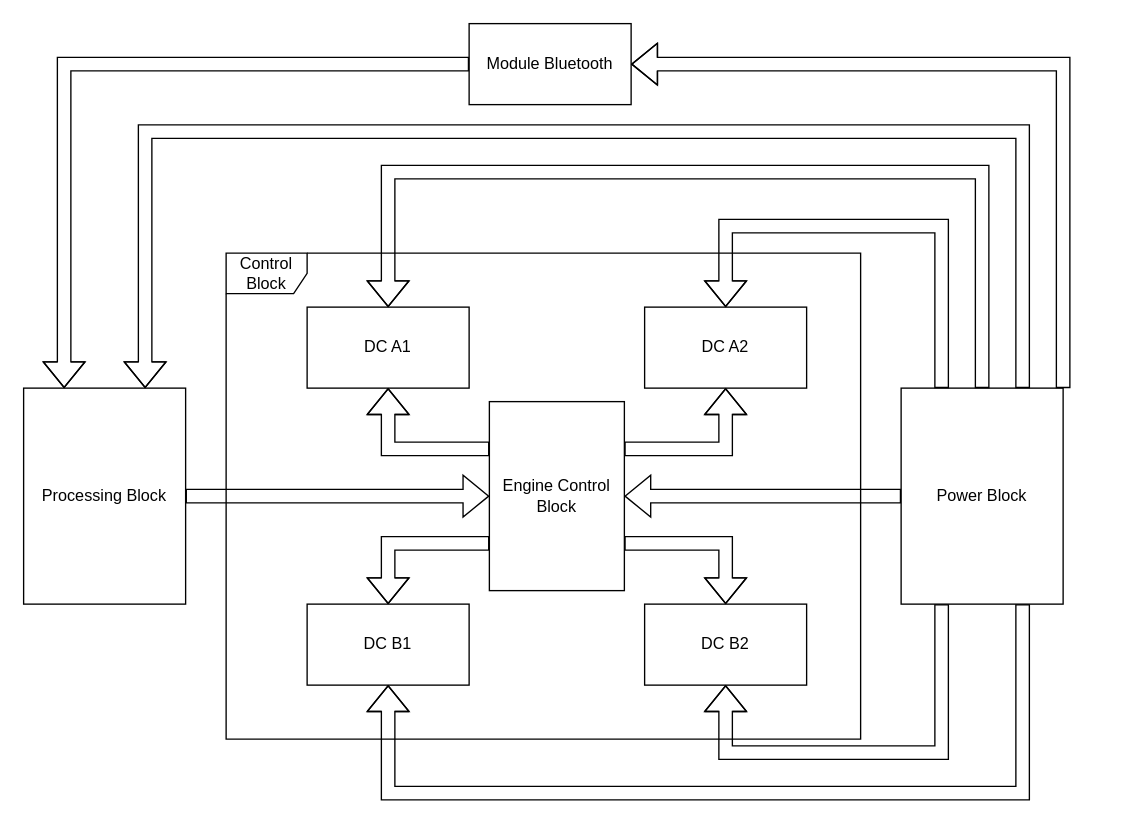
Above: Block Diagram.drawio in lil-dua/arduino_bluetooth_car (draw.io), before the change. Source tidied: cells renumbered, new cells numbered last; positions are measured from the earlier drawing's top-left corner, leaving out a move shared by most shapes. Both pictures are drawn from the tidied source at 135%, with x=0, y=0 at pixel (23, 23).
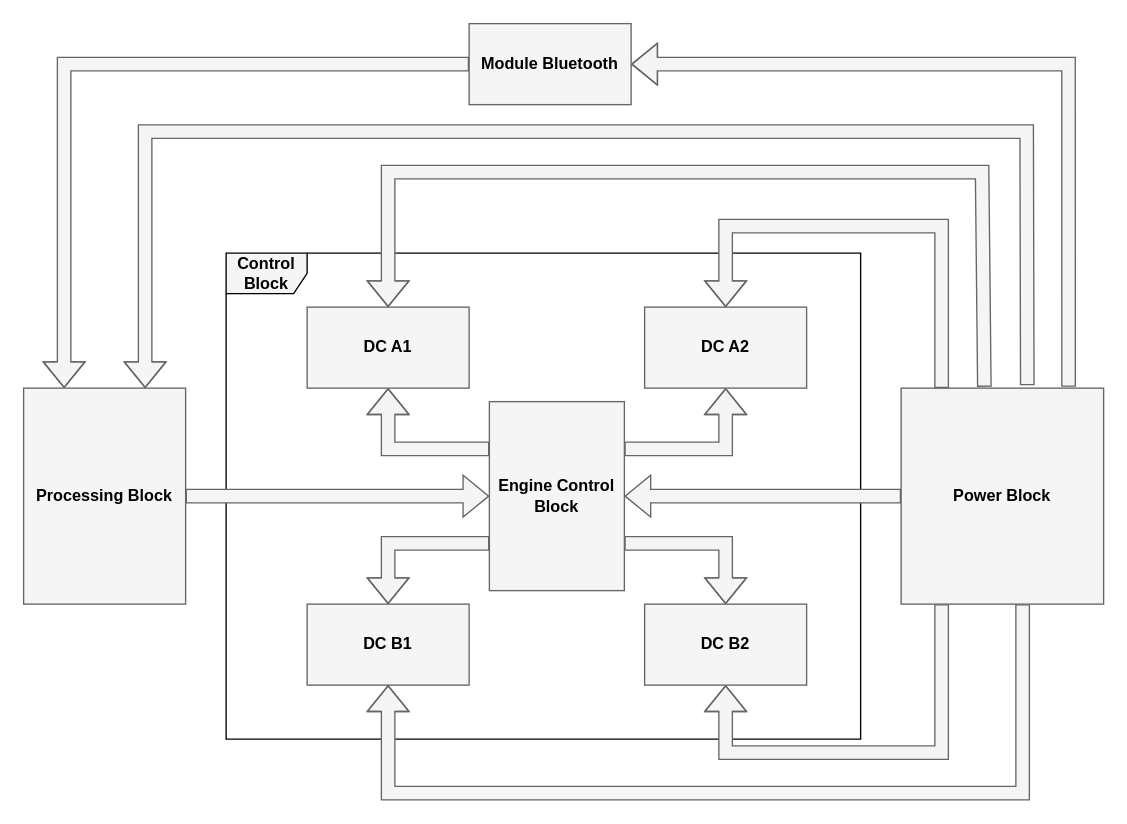
The same page after the edit.

Change to the diagram source:
```diff
@@
-    <mxCell id="2" value="Processing Block" style="rounded=0;whiteSpace=wrap;html=1;" parent="1" vertex="1">
+    <mxCell id="2" value="&lt;font color=&quot;#000000&quot;&gt;&lt;b&gt;Processing Block&lt;/b&gt;&lt;/font&gt;" style="rounded=0;whiteSpace=wrap;html=1;fillColor=#f5f5f5;strokeColor=#666666;fontColor=#333333;" parent="1" vertex="1">
       <mxGeometry y="270" width="120" height="160" as="geometry" />
     </mxCell>
-    <mxCell id="3" value="Control Block" style="shape=umlFrame;whiteSpace=wrap;html=1;" parent="1" vertex="1">
+    <mxCell id="3" value="&lt;b&gt;&lt;font color=&quot;#000000&quot;&gt;Control Block&lt;/font&gt;&lt;/b&gt;" style="shape=umlFrame;whiteSpace=wrap;html=1;fillColor=#f5f5f5;fontColor=#333333;strokeColor=#000000;" parent="1" vertex="1">
       <mxGeometry x="150" y="170" width="470" height="360" as="geometry" />
     </mxCell>
-    <mxCell id="4" value="Engine Control Block" style="rounded=0;whiteSpace=wrap;html=1;" parent="1" vertex="1">
+    <mxCell id="4" value="&lt;font color=&quot;#000000&quot;&gt;&lt;b&gt;Engine Control Block&lt;/b&gt;&lt;/font&gt;" style="rounded=0;whiteSpace=wrap;html=1;fillColor=#f5f5f5;fontColor=#333333;strokeColor=#666666;" parent="1" vertex="1">
       <mxGeometry x="345" y="280" width="100" height="140" as="geometry" />
     </mxCell>
-    <mxCell id="5" value="DC A1" style="rounded=0;whiteSpace=wrap;html=1;" parent="1" vertex="1">
+    <mxCell id="5" value="&lt;font style=&quot;&quot; color=&quot;#000000&quot;&gt;&lt;b&gt;DC A1&lt;/b&gt;&lt;/font&gt;" style="rounded=0;whiteSpace=wrap;html=1;fillColor=#f5f5f5;fontColor=#333333;strokeColor=#666666;" parent="1" vertex="1">
       <mxGeometry x="210" y="210" width="120" height="60" as="geometry" />
     </mxCell>
-    <mxCell id="6" value="DC B1" style="rounded=0;whiteSpace=wrap;html=1;" parent="1" vertex="1">
+    <mxCell id="6" value="&lt;b&gt;&lt;font color=&quot;#000000&quot;&gt;DC B1&lt;/font&gt;&lt;/b&gt;" style="rounded=0;whiteSpace=wrap;html=1;fillColor=#f5f5f5;fontColor=#333333;strokeColor=#666666;" parent="1" vertex="1">
       <mxGeometry x="210" y="430" width="120" height="60" as="geometry" />
     </mxCell>
-    <mxCell id="7" value="DC B2" style="rounded=0;whiteSpace=wrap;html=1;" parent="1" vertex="1">
+    <mxCell id="7" value="&lt;b&gt;&lt;font color=&quot;#000000&quot;&gt;DC B2&lt;/font&gt;&lt;/b&gt;" style="rounded=0;whiteSpace=wrap;html=1;fillColor=#f5f5f5;fontColor=#333333;strokeColor=#666666;" parent="1" vertex="1">
       <mxGeometry x="460" y="430" width="120" height="60" as="geometry" />
     </mxCell>
-    <mxCell id="8" value="DC A2" style="rounded=0;whiteSpace=wrap;html=1;" parent="1" vertex="1">
+    <mxCell id="8" value="&lt;font color=&quot;#000000&quot;&gt;&lt;b&gt;DC A2&lt;/b&gt;&lt;/font&gt;" style="rounded=0;whiteSpace=wrap;html=1;fillColor=#f5f5f5;fontColor=#333333;strokeColor=#666666;" parent="1" vertex="1">
       <mxGeometry x="460" y="210" width="120" height="60" as="geometry" />
     </mxCell>
-    <mxCell id="9" value="Module Bluetooth" style="rounded=0;whiteSpace=wrap;html=1;" parent="1" vertex="1">
+    <mxCell id="9" value="&lt;font color=&quot;#000000&quot;&gt;&lt;b&gt;Module Bluetooth&lt;/b&gt;&lt;/font&gt;" style="rounded=0;whiteSpace=wrap;html=1;fillColor=#f5f5f5;fontColor=#333333;strokeColor=#666666;" parent="1" vertex="1">
       <mxGeometry x="330" width="120" height="60" as="geometry" />
     </mxCell>
-    <mxCell id="10" value="Power Block" style="rounded=0;whiteSpace=wrap;html=1;" parent="1" vertex="1">
-      <mxGeometry x="650" y="270" width="120" height="160" as="geometry" />
+    <mxCell id="10" value="&lt;font color=&quot;#000000&quot;&gt;&lt;b&gt;Power Block&lt;/b&gt;&lt;/font&gt;" style="rounded=0;whiteSpace=wrap;html=1;fillColor=#f5f5f5;fontColor=#333333;strokeColor=#666666;" parent="1" vertex="1">
+      <mxGeometry x="650" y="270" width="150" height="160" as="geometry" />
     </mxCell>
-    <mxCell id="11" style="shape=flexArrow;endArrow=classic;html=1;rounded=0;exitX=0;exitY=0.25;exitDx=0;exitDy=0;entryX=0.5;entryY=1;entryDx=0;entryDy=0;" parent="1" edge="1" source="4" target="5">
+    <mxCell id="11" style="shape=flexArrow;endArrow=classic;html=1;rounded=0;exitX=0;exitY=0.25;exitDx=0;exitDy=0;entryX=0.5;entryY=1;entryDx=0;entryDy=0;fillColor=#f5f5f5;strokeColor=#666666;" parent="1" edge="1" source="4" target="5">
       <mxGeometry relative="1" as="geometry">
         <Array as="points">
           <mxPoint x="270" y="315" />
         </Array>
       </mxGeometry>
     </mxCell>
-    <mxCell id="12" style="shape=flexArrow;endArrow=classic;html=1;rounded=0;exitX=0;exitY=0.75;exitDx=0;exitDy=0;entryX=0.5;entryY=0;entryDx=0;entryDy=0;" parent="1" edge="1" source="4" target="6">
+    <mxCell id="12" style="shape=flexArrow;endArrow=classic;html=1;rounded=0;exitX=0;exitY=0.75;exitDx=0;exitDy=0;entryX=0.5;entryY=0;entryDx=0;entryDy=0;fillColor=#f5f5f5;strokeColor=#666666;" parent="1" edge="1" source="4" target="6">
       <mxGeometry relative="1" as="geometry">
         <Array as="points">
           <mxPoint x="270" y="385" />
         </Array>
       </mxGeometry>
     </mxCell>
-    <mxCell id="13" style="shape=flexArrow;endArrow=classic;html=1;rounded=0;exitX=1;exitY=0.25;exitDx=0;exitDy=0;entryX=0.5;entryY=1;entryDx=0;entryDy=0;" parent="1" edge="1" source="4" target="8">
+    <mxCell id="13" style="shape=flexArrow;endArrow=classic;html=1;rounded=0;exitX=1;exitY=0.25;exitDx=0;exitDy=0;entryX=0.5;entryY=1;entryDx=0;entryDy=0;fillColor=#f5f5f5;strokeColor=#666666;" parent="1" edge="1" source="4" target="8">
       <mxGeometry relative="1" as="geometry">
         <Array as="points">
           <mxPoint x="520" y="315" />
         </Array>
       </mxGeometry>
     </mxCell>
-    <mxCell id="14" style="shape=flexArrow;endArrow=classic;html=1;rounded=0;exitX=1;exitY=0.75;exitDx=0;exitDy=0;entryX=0.5;entryY=0;entryDx=0;entryDy=0;" parent="1" edge="1" source="4" target="7">
+    <mxCell id="14" style="shape=flexArrow;endArrow=classic;html=1;rounded=0;exitX=1;exitY=0.75;exitDx=0;exitDy=0;entryX=0.5;entryY=0;entryDx=0;entryDy=0;fillColor=#f5f5f5;strokeColor=#666666;" parent="1" edge="1" source="4" target="7">
       <mxGeometry relative="1" as="geometry">
         <Array as="points">
           <mxPoint x="520" y="385" />
         </Array>
       </mxGeometry>
     </mxCell>
-    <mxCell id="15" style="shape=flexArrow;endArrow=classic;html=1;rounded=0;exitX=1;exitY=0.5;exitDx=0;exitDy=0;entryX=0;entryY=0.5;entryDx=0;entryDy=0;" parent="1" edge="1" source="2" target="4">
+    <mxCell id="15" style="shape=flexArrow;endArrow=classic;html=1;rounded=0;exitX=1;exitY=0.5;exitDx=0;exitDy=0;entryX=0;entryY=0.5;entryDx=0;entryDy=0;fillColor=#f5f5f5;strokeColor=#666666;" parent="1" edge="1" source="2" target="4">
       <mxGeometry relative="1" as="geometry" />
     </mxCell>
-    <mxCell id="16" style="shape=flexArrow;endArrow=classic;html=1;rounded=0;exitX=0;exitY=0.5;exitDx=0;exitDy=0;entryX=1;entryY=0.5;entryDx=0;entryDy=0;" parent="1" edge="1" source="10" target="4">
+    <mxCell id="16" style="shape=flexArrow;endArrow=classic;html=1;rounded=0;exitX=0;exitY=0.5;exitDx=0;exitDy=0;entryX=1;entryY=0.5;entryDx=0;entryDy=0;fillColor=#f5f5f5;strokeColor=#666666;" parent="1" edge="1" source="10" target="4">
       <mxGeometry relative="1" as="geometry" />
     </mxCell>
-    <mxCell id="17" style="shape=flexArrow;endArrow=classic;html=1;rounded=0;entryX=0.25;entryY=0;entryDx=0;entryDy=0;exitX=0;exitY=0.5;exitDx=0;exitDy=0;" parent="1" edge="1" source="9" target="2">
+    <mxCell id="17" style="shape=flexArrow;endArrow=classic;html=1;rounded=0;entryX=0.25;entryY=0;entryDx=0;entryDy=0;exitX=0;exitY=0.5;exitDx=0;exitDy=0;fillColor=#f5f5f5;strokeColor=#666666;" parent="1" edge="1" source="9" target="2">
       <mxGeometry relative="1" as="geometry">
         <Array as="points">
           <mxPoint x="30" y="30" />
         </Array>
       </mxGeometry>
     </mxCell>
-    <mxCell id="18" style="shape=flexArrow;endArrow=classic;html=1;rounded=0;exitX=0.75;exitY=0;exitDx=0;exitDy=0;entryX=0.75;entryY=0;entryDx=0;entryDy=0;" parent="1" edge="1" source="10" target="2">
+    <mxCell id="18" style="shape=flexArrow;endArrow=classic;html=1;rounded=0;exitX=0.623;exitY=-0.013;exitDx=0;exitDy=0;entryX=0.75;entryY=0;entryDx=0;entryDy=0;fillColor=#f5f5f5;strokeColor=#666666;exitPerimeter=0;" parent="1" edge="1" source="10" target="2">
       <mxGeometry relative="1" as="geometry">
         <Array as="points">
-          <mxPoint x="740" y="80" />
+          <mxPoint x="743" y="80" />
           <mxPoint x="90" y="80" />
         </Array>
       </mxGeometry>
     </mxCell>
-    <mxCell id="19" style="shape=flexArrow;endArrow=classic;html=1;rounded=0;exitX=1;exitY=0;exitDx=0;exitDy=0;entryX=1;entryY=0.5;entryDx=0;entryDy=0;" parent="1" edge="1" source="10" target="9">
+    <mxCell id="19" style="shape=flexArrow;endArrow=classic;html=1;rounded=0;exitX=0.827;exitY=-0.006;exitDx=0;exitDy=0;entryX=1;entryY=0.5;entryDx=0;entryDy=0;fillColor=#f5f5f5;strokeColor=#666666;exitPerimeter=0;" parent="1" edge="1" source="10" target="9">
       <mxGeometry relative="1" as="geometry">
         <Array as="points">
-          <mxPoint x="770" y="30" />
+          <mxPoint x="774" y="30" />
         </Array>
       </mxGeometry>
     </mxCell>
-    <mxCell id="20" style="shape=flexArrow;endArrow=classic;html=1;rounded=0;exitX=0.25;exitY=1;exitDx=0;exitDy=0;entryX=0.5;entryY=1;entryDx=0;entryDy=0;" parent="1" edge="1" source="10" target="7">
+    <mxCell id="20" style="shape=flexArrow;endArrow=classic;html=1;rounded=0;entryX=0.5;entryY=1;entryDx=0;entryDy=0;fillColor=#f5f5f5;strokeColor=#666666;" parent="1" edge="1" target="7">
       <mxGeometry relative="1" as="geometry">
+        <mxPoint x="680" y="430" as="sourcePoint" />
         <Array as="points">
           <mxPoint x="680" y="540" />
           <mxPoint x="520" y="540" />
         </Array>
       </mxGeometry>
     </mxCell>
-    <mxCell id="21" style="shape=flexArrow;endArrow=classic;html=1;rounded=0;exitX=0.75;exitY=1;exitDx=0;exitDy=0;entryX=0.5;entryY=1;entryDx=0;entryDy=0;" parent="1" edge="1" source="10" target="6">
+    <mxCell id="21" style="shape=flexArrow;endArrow=classic;html=1;rounded=0;entryX=0.5;entryY=1;entryDx=0;entryDy=0;fillColor=#f5f5f5;strokeColor=#666666;" parent="1" edge="1" target="6">
       <mxGeometry relative="1" as="geometry">
+        <mxPoint x="740" y="430" as="sourcePoint" />
         <Array as="points">
           <mxPoint x="740" y="570" />
           <mxPoint x="270" y="570" />
         </Array>
       </mxGeometry>
     </mxCell>
-    <mxCell id="22" style="shape=flexArrow;endArrow=classic;html=1;rounded=0;exitX=0.5;exitY=0;exitDx=0;exitDy=0;entryX=0.5;entryY=0;entryDx=0;entryDy=0;" parent="1" edge="1" source="10" target="5">
+    <mxCell id="22" style="shape=flexArrow;endArrow=classic;html=1;rounded=0;exitX=0.411;exitY=-0.006;exitDx=0;exitDy=0;entryX=0.5;entryY=0;entryDx=0;entryDy=0;fillColor=#f5f5f5;strokeColor=#666666;exitPerimeter=0;" parent="1" edge="1" source="10" target="5">
       <mxGeometry relative="1" as="geometry">
         <Array as="points">
           <mxPoint x="710" y="110" />
           <mxPoint x="270" y="110" />
         </Array>
       </mxGeometry>
     </mxCell>
-    <mxCell id="23" style="shape=flexArrow;endArrow=classic;html=1;rounded=0;exitX=0.25;exitY=0;exitDx=0;exitDy=0;entryX=0.5;entryY=0;entryDx=0;entryDy=0;" parent="1" edge="1" source="10" target="8">
+    <mxCell id="23" style="shape=flexArrow;endArrow=classic;html=1;rounded=0;entryX=0.5;entryY=0;entryDx=0;entryDy=0;fillColor=#f5f5f5;strokeColor=#666666;" parent="1" edge="1" target="8">
       <mxGeometry relative="1" as="geometry">
+        <mxPoint x="680" y="270" as="sourcePoint" />
         <Array as="points">
           <mxPoint x="680" y="150" />
           <mxPoint x="520" y="150" />
         </Array>
       </mxGeometry>
     </mxCell>
```
